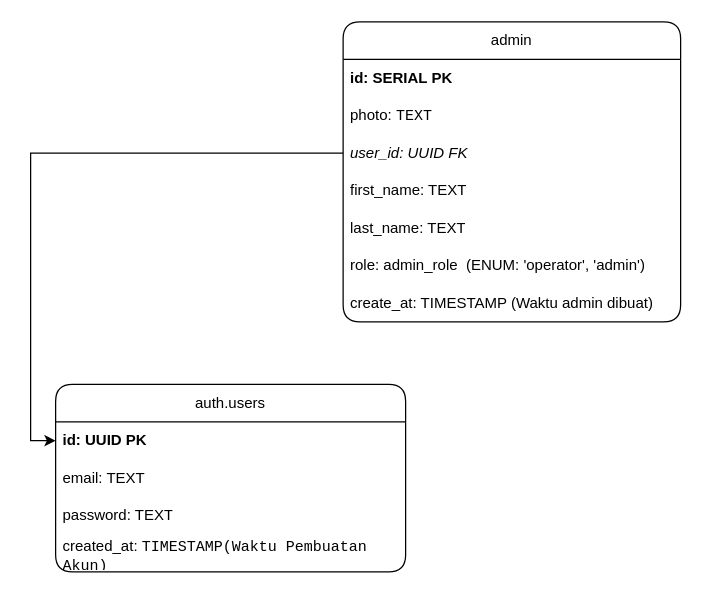
This is page "ERD REGISTER" (2 of 8) of dba/Logika Autentikasi.drawio from BhinnekaDev/DATABASE-LOKAL-GEOFISIKA-DATABASE, a draw.io file, before an edit. Source tidied: cells renumbered, new cells numbered last; positions are measured from the earlier drawing's top-left corner, leaving out a move shared by most shapes. Both pictures are drawn from the tidied source at 125%, with x=0, y=0 at pixel (55, 21).
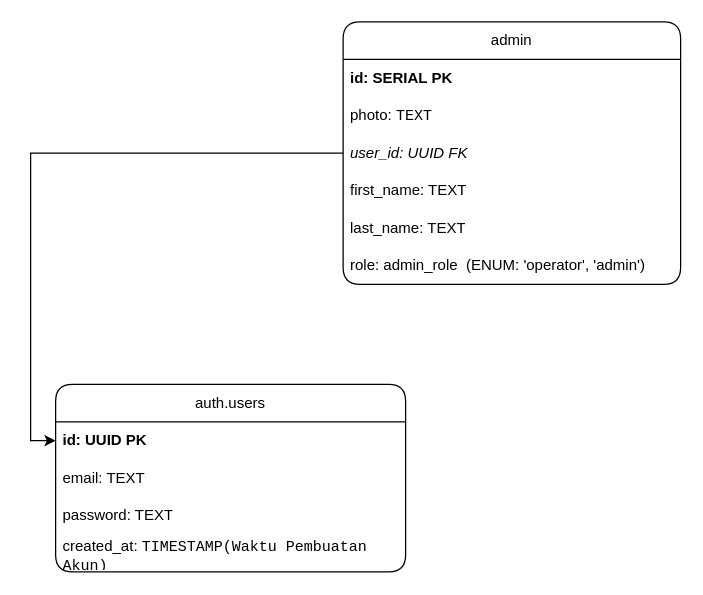
The same page after the edit.

Commit message (it also covers changes not shown here):
feat: menambahkan logika sunting admin namun belum dengan validasi

The edit, as a diff of the source:
```diff
@@
 <mxGraphModel>
   <root>
     <mxCell id="0" />
     <mxCell id="1" parent="0" />
     <mxCell id="2" value="admin" style="swimlane;fontStyle=0;horizontal=1;startSize=30;whiteSpace=wrap;html=1;labelBackgroundColor=none;rounded=1;" parent="1" vertex="1">
-      <mxGeometry x="230" width="270" height="240" as="geometry" />
+      <mxGeometry x="230" width="270" height="210" as="geometry" />
     </mxCell>
     <mxCell id="3" value="&lt;b&gt;id:&amp;nbsp;SERIAL PK&lt;/b&gt;" style="text;strokeColor=none;fillColor=none;align=left;verticalAlign=middle;spacingLeft=4;spacingRight=4;overflow=hidden;whiteSpace=wrap;html=1;labelBackgroundColor=none;rounded=1;" parent="2" vertex="1">
       <mxGeometry y="30" width="270" height="30" as="geometry" />
     </mxCell>
     <mxCell id="4" value="photo:&amp;nbsp;&lt;code&gt;TEXT&lt;/code&gt;" style="text;strokeColor=none;fillColor=none;align=left;verticalAlign=middle;spacingLeft=4;spacingRight=4;overflow=hidden;whiteSpace=wrap;html=1;labelBackgroundColor=none;rounded=1;" parent="2" vertex="1">
       <mxGeometry y="60" width="270" height="30" as="geometry" />
     </mxCell>
     <mxCell id="5" value="&lt;i&gt;user_id: UUID FK&amp;nbsp;&amp;nbsp;&lt;/i&gt;" style="text;strokeColor=none;fillColor=none;align=left;verticalAlign=middle;spacingLeft=4;spacingRight=4;overflow=hidden;points=[[0,0.5],[1,0.5]];portConstraint=eastwest;whiteSpace=wrap;html=1;labelBackgroundColor=none;rounded=1;" parent="2" vertex="1">
       <mxGeometry y="90" width="270" height="30" as="geometry" />
     </mxCell>
     <mxCell id="6" value="first_name: TEXT" style="text;strokeColor=none;fillColor=none;align=left;verticalAlign=middle;spacingLeft=4;spacingRight=4;overflow=hidden;whiteSpace=wrap;html=1;labelBackgroundColor=none;rounded=1;" parent="2" vertex="1">
       <mxGeometry y="120" width="270" height="30" as="geometry" />
     </mxCell>
     <mxCell id="7" value="last_name: TEXT" style="text;strokeColor=none;fillColor=none;align=left;verticalAlign=middle;spacingLeft=4;spacingRight=4;overflow=hidden;whiteSpace=wrap;html=1;labelBackgroundColor=none;rounded=1;" parent="2" vertex="1">
       <mxGeometry y="150" width="270" height="30" as="geometry" />
     </mxCell>
     <mxCell id="8" value="role: admin_role&amp;nbsp; (ENUM: 'operator', 'admin')" style="text;strokeColor=none;fillColor=none;align=left;verticalAlign=middle;spacingLeft=4;spacingRight=4;overflow=hidden;whiteSpace=wrap;html=1;labelBackgroundColor=none;rounded=1;" parent="2" vertex="1">
       <mxGeometry y="180" width="270" height="30" as="geometry" />
     </mxCell>
-    <mxCell id="9" value="create_at: TIMESTAMP (Waktu admin dibuat)" style="text;strokeColor=none;fillColor=none;align=left;verticalAlign=middle;spacingLeft=4;spacingRight=4;overflow=hidden;whiteSpace=wrap;html=1;labelBackgroundColor=none;rounded=1;" parent="2" vertex="1">
-      <mxGeometry y="210" width="270" height="30" as="geometry" />
-    </mxCell>
     <mxCell id="10" value="auth.users" style="swimlane;fontStyle=0;horizontal=1;startSize=30;whiteSpace=wrap;html=1;labelBackgroundColor=none;rounded=1;" parent="1" vertex="1">
       <mxGeometry y="290" width="280" height="150" as="geometry" />
     </mxCell>
     <mxCell id="11" value="&lt;b&gt;id: UUID PK&lt;/b&gt;" style="text;strokeColor=none;fillColor=none;align=left;verticalAlign=middle;spacingLeft=4;spacingRight=4;overflow=hidden;points=[[0,0.5],[1,0.5]];portConstraint=eastwest;whiteSpace=wrap;html=1;labelBackgroundColor=none;rounded=1;" parent="10" vertex="1">
       <mxGeometry y="30" width="280" height="30" as="geometry" />
     </mxCell>
     <mxCell id="12" value="email: TEXT" style="text;strokeColor=none;fillColor=none;align=left;verticalAlign=middle;spacingLeft=4;spacingRight=4;overflow=hidden;whiteSpace=wrap;html=1;labelBackgroundColor=none;rounded=1;" parent="10" vertex="1">
       <mxGeometry y="60" width="280" height="30" as="geometry" />
     </mxCell>
     <mxCell id="13" value="password: TEXT" style="text;strokeColor=none;fillColor=none;align=left;verticalAlign=middle;spacingLeft=4;spacingRight=4;overflow=hidden;whiteSpace=wrap;html=1;labelBackgroundColor=none;rounded=1;" parent="10" vertex="1">
       <mxGeometry y="90" width="280" height="30" as="geometry" />
     </mxCell>
     <mxCell id="14" value="created_at:&amp;nbsp;&lt;code&gt;TIMESTAMP(Waktu Pembuatan Akun)&lt;/code&gt;" style="text;strokeColor=none;fillColor=none;align=left;verticalAlign=middle;spacingLeft=4;spacingRight=4;overflow=hidden;whiteSpace=wrap;html=1;labelBackgroundColor=none;rounded=1;" parent="10" vertex="1">
       <mxGeometry y="120" width="280" height="30" as="geometry" />
     </mxCell>
     <mxCell id="15" style="edgeStyle=orthogonalEdgeStyle;rounded=0;jettySize=auto;html=1;exitX=0;exitY=0.5;exitDx=0;exitDy=0;entryX=0;entryY=0.5;entryDx=0;entryDy=0;" parent="1" edge="1" source="5" target="11">
       <mxGeometry relative="1" as="geometry" />
     </mxCell>
   </root>
 </mxGraphModel>
```
